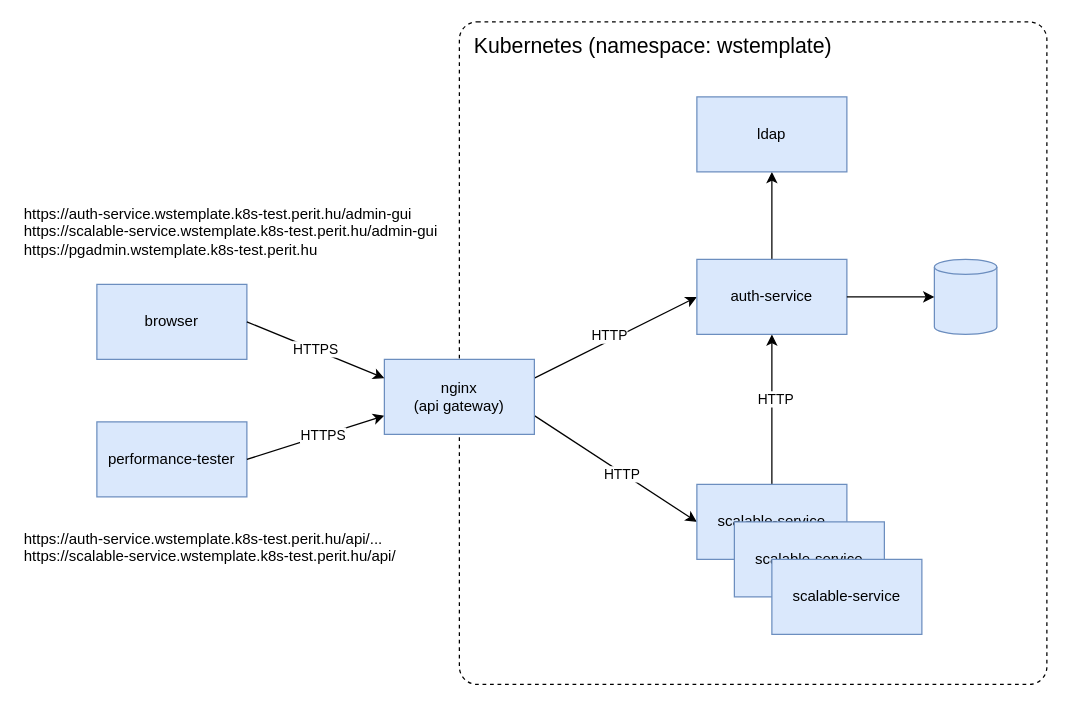
Earlier version of the draw.io diagram page "K8s" (2 of 2) of docs/wstemplate_architecture.drawio (nagypet/wstemplate). Source tidied: cells renumbered, new cells numbered last; positions are measured from the earlier drawing's top-left corner, leaving out a move shared by most shapes. Both pictures are drawn from the tidied source at 125%, with x=0, y=0 at pixel (21, 21).
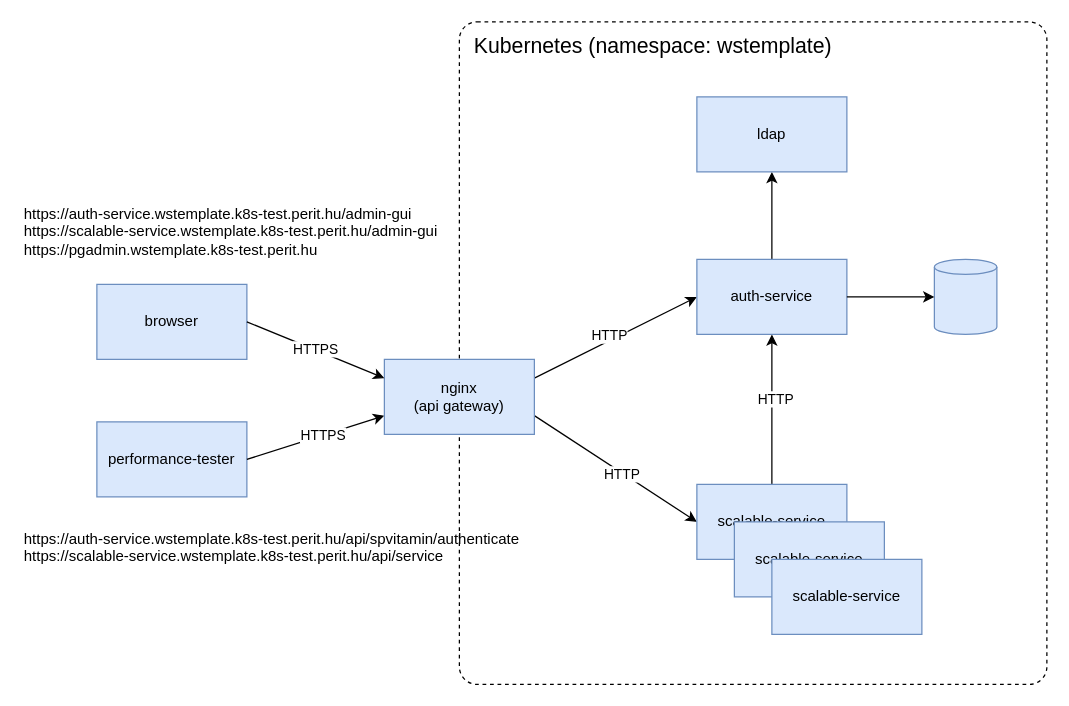
The same page after the edit.

Diff of the diagram source:
```diff
@@
-    <mxCell id="25" value="https://auth-service.wstemplate.k8s-test.perit.hu/api/...&lt;br&gt;https://scalable-service.wstemplate.k8s-test.perit.hu/api/" style="text;html=1;strokeColor=none;fillColor=none;align=left;verticalAlign=top;whiteSpace=wrap;rounded=0;" parent="1" vertex="1">
-      <mxGeometry y="400" width="370" height="40" as="geometry" />
+    <mxCell id="25" value="https://auth-service.wstemplate.k8s-test.perit.hu/api/spvitamin/authenticate&lt;br&gt;https://scalable-service.wstemplate.k8s-test.perit.hu/api/service" style="text;html=1;strokeColor=none;fillColor=none;align=left;verticalAlign=top;whiteSpace=wrap;rounded=0;" parent="1" vertex="1">
+      <mxGeometry y="400" width="430" height="40" as="geometry" />
     </mxCell>
```
